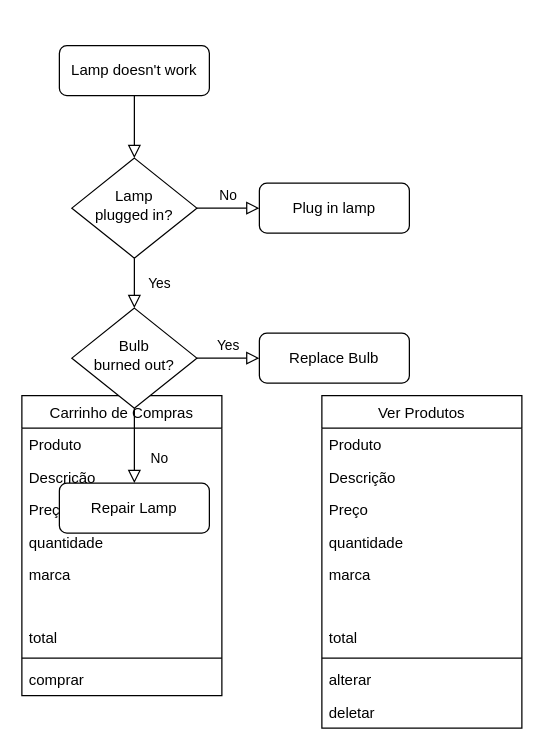
Above: Untitled Diagram.drawio in cristiansp22/ionic (draw.io), before the change. Source tidied: cells renumbered, new cells numbered last; positions are measured from the earlier drawing's top-left corner, leaving out a move shared by most shapes. Both pictures are drawn from the tidied source at 125%, with x=0, y=0 at pixel (21, 45).
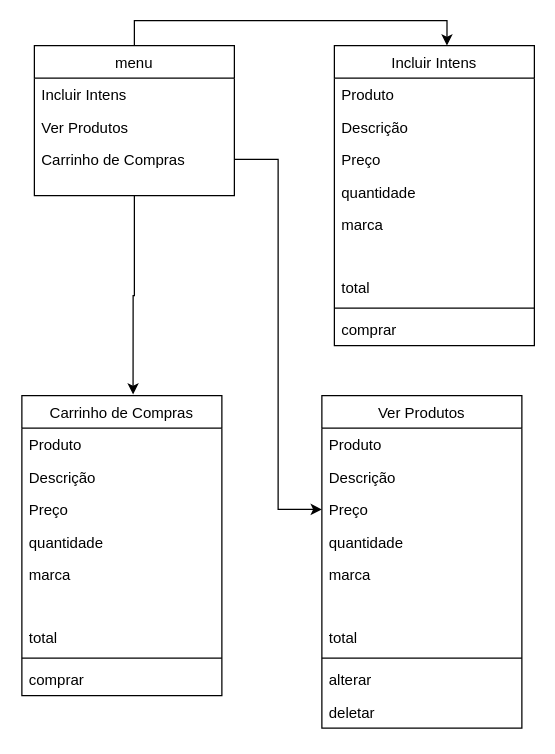
After the change.

The change refers to these unchanged cells:
```xml
<mxCell id="9" value="Preço" style="text;align=left;verticalAlign=top;spacingLeft=4;spacingRight=4;overflow=hidden;points=[[0,0.5],[1,0.5]];portConstraint=eastwest;rounded=0;shadow=0;html=0;" parent="6" vertex="1">
  <mxGeometry y="78" width="160" height="26" as="geometry" />
</mxCell>
<mxCell id="17" value="Carrinho de Compras" style="swimlane;fontStyle=0;align=center;verticalAlign=top;horizontal=1;startSize=26;rounded=0;shadow=0;strokeWidth=1;" parent="1" vertex="1">
  <mxGeometry y="280" width="160" height="240" as="geometry" />
</mxCell>
```

What changed in the source:
```diff
@@
-    <mxCell id="2" style="rounded=0;html=1;jettySize=auto;fontSize=11;endArrow=block;endFill=0;endSize=8;strokeWidth=1;shadow=0;labelBackgroundColor=none;edgeStyle=orthogonalEdgeStyle;" parent="1" edge="1" source="3" target="16">
-      <mxGeometry relative="1" as="geometry" />
-    </mxCell>
-    <mxCell id="3" value="Lamp doesn't work" style="rounded=1;whiteSpace=wrap;html=1;fontSize=12;glass=0;strokeWidth=1;shadow=0;" parent="1" vertex="1">
-      <mxGeometry x="30" width="120" height="40" as="geometry" />
-    </mxCell>
-    <mxCell id="4" value="Yes" style="rounded=0;html=1;jettySize=auto;fontSize=11;endArrow=block;endFill=0;endSize=8;strokeWidth=1;shadow=0;labelBackgroundColor=none;edgeStyle=orthogonalEdgeStyle;" parent="1" edge="1" source="16" target="29">
-      <mxGeometry y="20" relative="1" as="geometry" />
-    </mxCell>
-    <mxCell id="5" value="No" style="edgeStyle=orthogonalEdgeStyle;rounded=0;html=1;jettySize=auto;fontSize=11;endArrow=block;endFill=0;endSize=8;strokeWidth=1;shadow=0;labelBackgroundColor=none;" parent="1" edge="1" source="16" target="26">
-      <mxGeometry y="10" relative="1" as="geometry" />
-    </mxCell>
@@
-    <mxCell id="16" value="Lamp&lt;br&gt;plugged in?" style="rhombus;whiteSpace=wrap;html=1;shadow=0;fontFamily=Helvetica;fontSize=12;align=center;strokeWidth=1;spacing=6;spacingTop=-4;" parent="1" vertex="1">
-      <mxGeometry x="40" y="90" width="100" height="80" as="geometry" />
-    </mxCell>
@@
-    <mxCell id="26" value="Plug in lamp" style="rounded=1;whiteSpace=wrap;html=1;fontSize=12;glass=0;strokeWidth=1;shadow=0;" parent="1" vertex="1">
-      <mxGeometry x="190" y="110" width="120" height="40" as="geometry" />
-    </mxCell>
-    <mxCell id="27" value="No" style="rounded=0;html=1;jettySize=auto;fontSize=11;endArrow=block;endFill=0;endSize=8;strokeWidth=1;shadow=0;labelBackgroundColor=none;edgeStyle=orthogonalEdgeStyle;" parent="1" edge="1" source="29" target="30">
-      <mxGeometry x="0.33" y="20" relative="1" as="geometry" />
-    </mxCell>
-    <mxCell id="28" value="Yes" style="edgeStyle=orthogonalEdgeStyle;rounded=0;html=1;jettySize=auto;fontSize=11;endArrow=block;endFill=0;endSize=8;strokeWidth=1;shadow=0;labelBackgroundColor=none;" parent="1" edge="1" source="29" target="31">
-      <mxGeometry y="10" relative="1" as="geometry" />
-    </mxCell>
-    <mxCell id="29" value="Bulb&lt;br&gt;burned out?" style="rhombus;whiteSpace=wrap;html=1;shadow=0;fontFamily=Helvetica;fontSize=12;align=center;strokeWidth=1;spacing=6;spacingTop=-4;" parent="1" vertex="1">
-      <mxGeometry x="40" y="210" width="100" height="80" as="geometry" />
-    </mxCell>
-    <mxCell id="30" value="Repair Lamp" style="rounded=1;whiteSpace=wrap;html=1;fontSize=12;glass=0;strokeWidth=1;shadow=0;" parent="1" vertex="1">
-      <mxGeometry x="30" y="350" width="120" height="40" as="geometry" />
-    </mxCell>
-    <mxCell id="31" value="Replace Bulb" style="rounded=1;whiteSpace=wrap;html=1;fontSize=12;glass=0;strokeWidth=1;shadow=0;" parent="1" vertex="1">
-      <mxGeometry x="190" y="230" width="120" height="40" as="geometry" />
-    </mxCell>
+    <mxCell id="32" value="Incluir Intens" style="swimlane;fontStyle=0;align=center;verticalAlign=top;horizontal=1;startSize=26;rounded=0;shadow=0;strokeWidth=1;" parent="1" vertex="1">
+      <mxGeometry x="250" width="160" height="240" as="geometry" />
+    </mxCell>
+    <mxCell id="33" value="Produto" style="text;align=left;verticalAlign=top;spacingLeft=4;spacingRight=4;overflow=hidden;" parent="32" vertex="1">
+      <mxGeometry y="26" width="160" height="26" as="geometry" />
+    </mxCell>
+    <mxCell id="34" value="Descrição" style="text;align=left;verticalAlign=top;spacingLeft=4;spacingRight=4;overflow=hidden;rounded=0;shadow=0;html=0;" parent="32" vertex="1">
+      <mxGeometry y="52" width="160" height="26" as="geometry" />
+    </mxCell>
+    <mxCell id="35" value="Preço" style="text;align=left;verticalAlign=top;spacingLeft=4;spacingRight=4;overflow=hidden;rounded=0;shadow=0;html=0;" parent="32" vertex="1">
+      <mxGeometry y="78" width="160" height="26" as="geometry" />
+    </mxCell>
+    <mxCell id="36" value="quantidade" style="text;align=left;verticalAlign=top;spacingLeft=4;spacingRight=4;overflow=hidden;rounded=0;shadow=0;html=0;" parent="32" vertex="1">
+      <mxGeometry y="104" width="160" height="26" as="geometry" />
+    </mxCell>
+    <mxCell id="37" value="marca" style="text;align=left;verticalAlign=top;spacingLeft=4;spacingRight=4;overflow=hidden;rounded=0;shadow=0;html=0;" parent="32" vertex="1">
+      <mxGeometry y="130" width="160" height="50" as="geometry" />
+    </mxCell>
+    <mxCell id="38" value="total" style="text;align=left;verticalAlign=top;spacingLeft=4;spacingRight=4;overflow=hidden;" parent="32" vertex="1">
+      <mxGeometry y="180" width="160" height="26" as="geometry" />
+    </mxCell>
+    <mxCell id="39" style="line;html=1;strokeWidth=1;align=left;verticalAlign=middle;spacingTop=-1;spacingLeft=3;spacingRight=3;labelPosition=right;" parent="32" vertex="1">
+      <mxGeometry y="206" width="160" height="8" as="geometry" />
+    </mxCell>
+    <mxCell id="40" value="comprar" style="text;align=left;verticalAlign=top;spacingLeft=4;spacingRight=4;overflow=hidden;" parent="32" vertex="1">
+      <mxGeometry y="214" width="160" height="26" as="geometry" />
+    </mxCell>
+    <mxCell id="41" style="edgeStyle=orthogonalEdgeStyle;rounded=0;jettySize=auto;html=1;exitX=0.5;exitY=1;exitDx=0;exitDy=0;entryX=0.556;entryY=-0.004;entryDx=0;entryDy=0;entryPerimeter=0;" parent="1" edge="1" source="43" target="17">
+      <mxGeometry relative="1" as="geometry" />
+    </mxCell>
+    <mxCell id="42" style="edgeStyle=orthogonalEdgeStyle;rounded=0;jettySize=auto;html=1;exitX=0.5;exitY=0;exitDx=0;exitDy=0;entryX=0.563;entryY=0;entryDx=0;entryDy=0;entryPerimeter=0;" parent="1" edge="1" source="43" target="32">
+      <mxGeometry relative="1" as="geometry" />
+    </mxCell>
+    <mxCell id="43" value="menu" style="swimlane;fontStyle=0;align=center;verticalAlign=top;horizontal=1;startSize=26;rounded=0;shadow=0;strokeWidth=1;" parent="1" vertex="1">
+      <mxGeometry x="10" width="160" height="120" as="geometry" />
+    </mxCell>
+    <mxCell id="44" value="Incluir Intens" style="text;align=left;verticalAlign=top;spacingLeft=4;spacingRight=4;overflow=hidden;" parent="43" vertex="1">
+      <mxGeometry y="26" width="160" height="26" as="geometry" />
+    </mxCell>
+    <mxCell id="45" value="Ver Produtos" style="text;align=left;verticalAlign=top;spacingLeft=4;spacingRight=4;overflow=hidden;rounded=0;shadow=0;html=0;" parent="43" vertex="1">
+      <mxGeometry y="52" width="160" height="26" as="geometry" />
+    </mxCell>
+    <mxCell id="46" value="Carrinho de Compras" style="text;align=left;verticalAlign=top;spacingLeft=4;spacingRight=4;overflow=hidden;points=[[0,0.5],[1,0.5]];portConstraint=eastwest;rounded=0;shadow=0;html=0;" parent="43" vertex="1">
+      <mxGeometry y="78" width="160" height="26" as="geometry" />
+    </mxCell>
+    <mxCell id="47" style="edgeStyle=orthogonalEdgeStyle;rounded=0;jettySize=auto;html=1;exitX=1;exitY=0.5;exitDx=0;exitDy=0;entryX=0;entryY=0.5;entryDx=0;entryDy=0;" parent="1" edge="1" source="46" target="9">
+      <mxGeometry relative="1" as="geometry" />
+    </mxCell>
```
